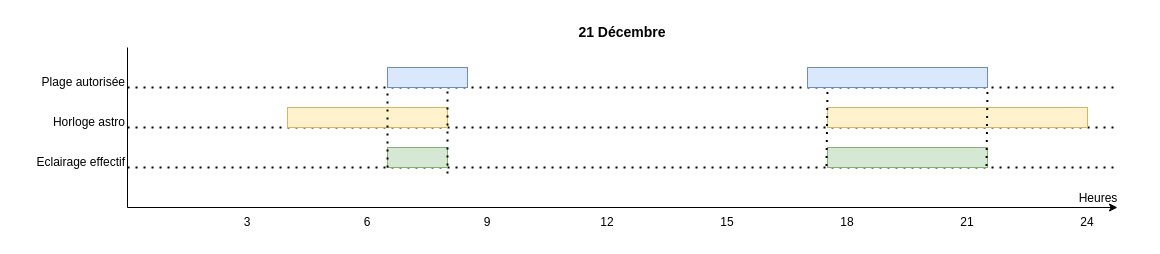
Before: page "21-dec" (3 of 4) of res/eclairage_public.drawio in sosandroid/EclairagePublic, a draw.io diagram. Source tidied: cells renumbered, new cells numbered last; positions are measured from the earlier drawing's top-left corner, leaving out a move shared by most shapes. Both pictures are drawn from the tidied source at 100%, with x=0, y=0 at pixel (17, 17).
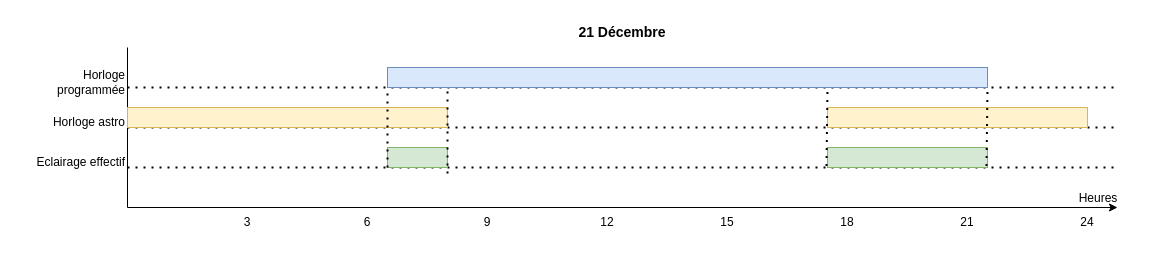
The same page after the edit.

The edit, as a diff of the source:
```diff
@@
-    <mxCell id="15" style="rounded=0;whiteSpace=wrap;html=1;fillColor=#dae8fc;strokeColor=#6c8ebf;" parent="1" vertex="1">
-      <mxGeometry x="370" y="50" width="80" height="20" as="geometry" />
-    </mxCell>
     <mxCell id="16" style="rounded=0;whiteSpace=wrap;html=1;fillColor=#dae8fc;strokeColor=#6c8ebf;" parent="1" vertex="1">
-      <mxGeometry x="790" y="50" width="180" height="20" as="geometry" />
+      <mxGeometry x="370" y="50" width="600" height="20" as="geometry" />
     </mxCell>
     <mxCell id="17" style="rounded=0;whiteSpace=wrap;html=1;fillColor=#fff2cc;strokeColor=#d6b656;" parent="1" vertex="1">
-      <mxGeometry x="270" y="90" width="160" height="20" as="geometry" />
+      <mxGeometry x="110" y="90" width="320" height="20" as="geometry" />
     </mxCell>
@@
-    <mxCell id="21" value="Plage autorisée" style="text;html=1;align=right;verticalAlign=middle;whiteSpace=wrap;rounded=0;" parent="1" vertex="1">
+    <mxCell id="21" value="Horloge programmée" style="text;html=1;align=right;verticalAlign=middle;whiteSpace=wrap;rounded=0;" parent="1" vertex="1">
       <mxGeometry x="20" y="50" width="90" height="30" as="geometry" />
     </mxCell>
```
